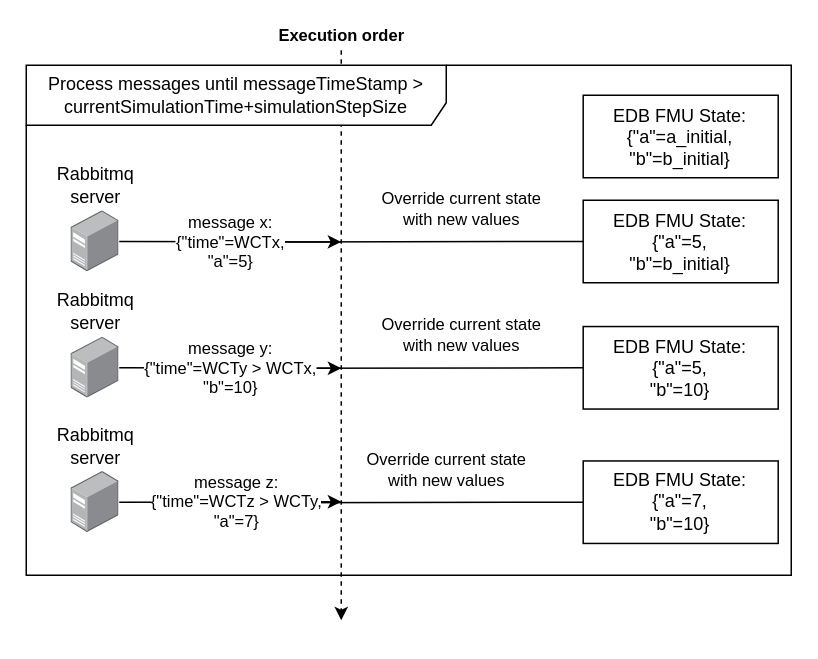
The draw.io diagram figures/datahandling.drawio in INTO-CPS-Association/rabbitmq-fmu-documentation, before the edit. Source tidied: cells renumbered, new cells numbered last; positions are measured from the earlier drawing's top-left corner, leaving out a move shared by most shapes. Both pictures are drawn from the tidied source at 150%, with x=0, y=0 at pixel (26, 50).
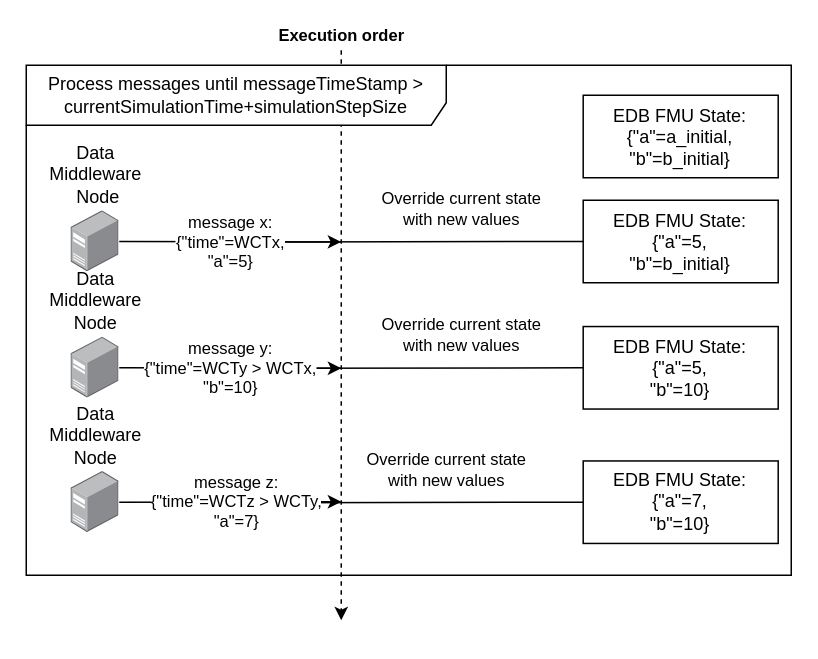
After the change.

What changed in the source:
```diff
@@
-    <mxCell id="7" value="Rabbitmq&lt;br&gt;server" style="points=[];html=1;align=center;shadow=0;dashed=0;image;image=img/lib/allied_telesis/computer_and_terminals/Server_Desktop.svg;labelPosition=center;verticalLabelPosition=top;verticalAlign=bottom;" parent="1" vertex="1">
+    <mxCell id="7" value="Data &lt;br&gt;Middleware &lt;br&gt;Node" style="points=[];html=1;align=center;shadow=0;dashed=0;image;image=img/lib/allied_telesis/computer_and_terminals/Server_Desktop.svg;labelPosition=center;verticalLabelPosition=top;verticalAlign=bottom;" parent="1" vertex="1">
       <mxGeometry x="30" y="191.4" width="32" height="40.6" as="geometry" />
     </mxCell>
@@
-    <mxCell id="11" value="Rabbitmq&lt;br&gt;server" style="points=[];html=1;align=center;shadow=0;dashed=0;image;image=img/lib/allied_telesis/computer_and_terminals/Server_Desktop.svg;labelPosition=center;verticalLabelPosition=top;verticalAlign=bottom;" parent="1" vertex="1">
+    <mxCell id="11" value="Data &lt;br&gt;Middleware &lt;br&gt;Node" style="points=[];html=1;align=center;shadow=0;dashed=0;image;image=img/lib/allied_telesis/computer_and_terminals/Server_Desktop.svg;labelPosition=center;verticalLabelPosition=top;verticalAlign=bottom;" parent="1" vertex="1">
       <mxGeometry x="30" y="281" width="32" height="40.6" as="geometry" />
     </mxCell>
@@
-    <mxCell id="15" value="Rabbitmq&lt;br&gt;server" style="points=[];html=1;align=center;shadow=0;dashed=0;image;image=img/lib/allied_telesis/computer_and_terminals/Server_Desktop.svg;labelPosition=center;verticalLabelPosition=top;verticalAlign=bottom;" parent="1" vertex="1">
+    <mxCell id="15" value="Data &lt;br&gt;Middleware&lt;br&gt;&amp;nbsp;Node" style="points=[];html=1;align=center;shadow=0;dashed=0;image;image=img/lib/allied_telesis/computer_and_terminals/Server_Desktop.svg;labelPosition=center;verticalLabelPosition=top;verticalAlign=bottom;" parent="1" vertex="1">
       <mxGeometry x="30" y="107.2" width="32" height="40.6" as="geometry" />
     </mxCell>
```
